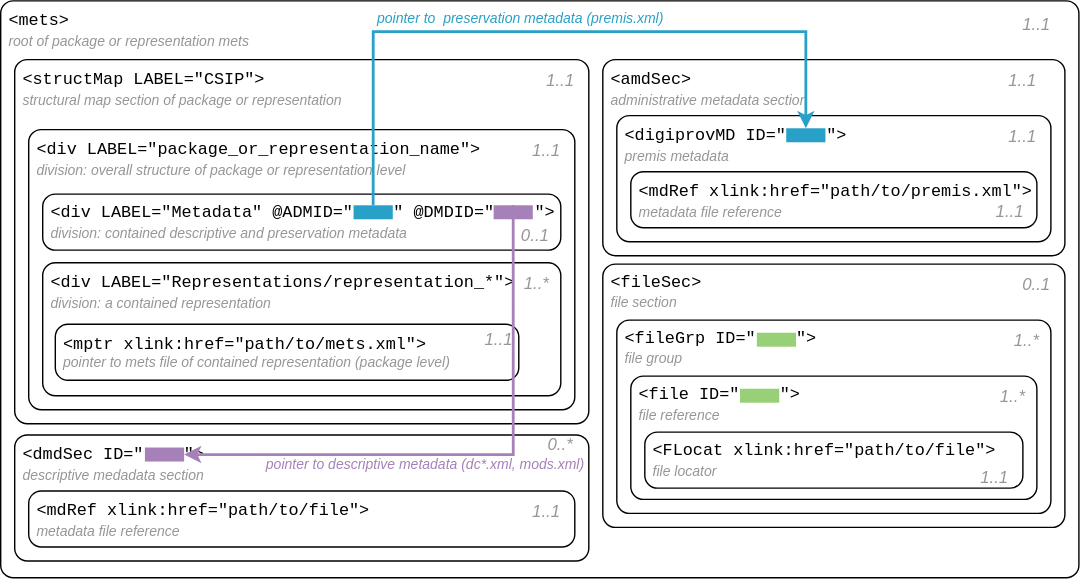
viaacode/documentation-jekyll keeps this draw.io diagram as assets/images_spec/sip-package-pointers.svg. Above is the earlier version. Source tidied: cells renumbered, new cells last; positions are measured from the earlier drawing's top-left corner, leaving out a move shared by most shapes.
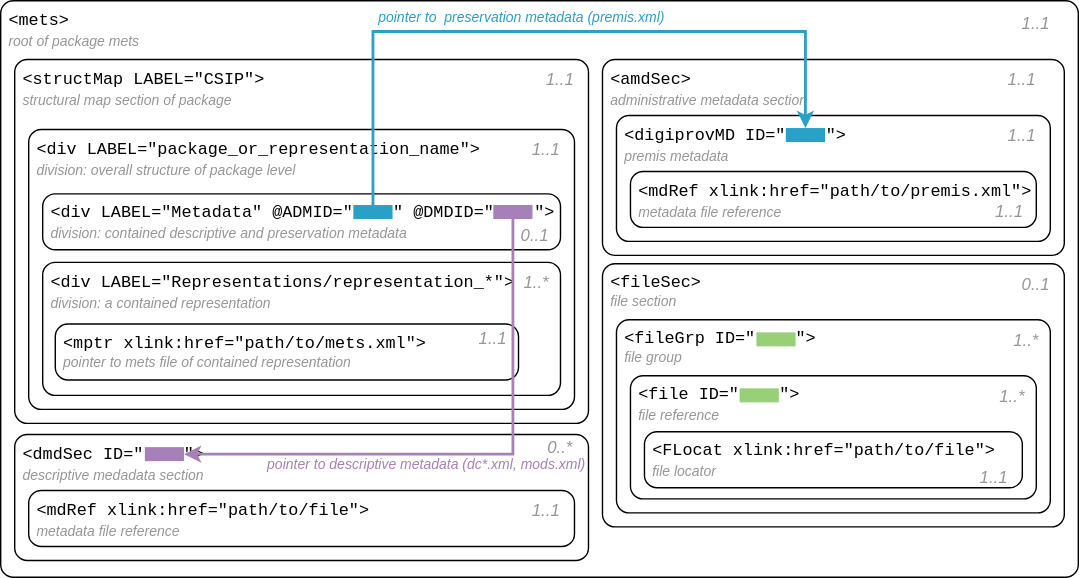
The same diagram one commit later.

Commit message:
Additional explanation wrt representation level

What changed in the source:
```diff
@@ -2,7 +2,7 @@
   <root>
     <mxCell id="0" />
     <mxCell id="1" parent="0" />
-    <mxCell id="2" value="&lt;div&gt;&lt;font face=&quot;Courier New&quot;&gt;&amp;lt;mets&amp;gt;&lt;/font&gt;&lt;/div&gt;&lt;div&gt;&lt;font size=&quot;1&quot; color=&quot;#969696&quot;&gt;&lt;i style=&quot;&quot;&gt;root of package or representation mets&lt;br&gt;&lt;/i&gt;&lt;/font&gt;&lt;/div&gt;" style="rounded=1;whiteSpace=wrap;html=1;verticalAlign=top;align=left;spacingLeft=4;arcSize=18;absoluteArcSize=1;" parent="1" vertex="1">
+    <mxCell id="2" value="&lt;div&gt;&lt;font face=&quot;Courier New&quot;&gt;&amp;lt;mets&amp;gt;&lt;/font&gt;&lt;/div&gt;&lt;div&gt;&lt;font size=&quot;1&quot; color=&quot;#969696&quot;&gt;&lt;i style=&quot;&quot;&gt;root of package mets&lt;br&gt;&lt;/i&gt;&lt;/font&gt;&lt;/div&gt;" style="rounded=1;whiteSpace=wrap;html=1;verticalAlign=top;align=left;spacingLeft=4;arcSize=18;absoluteArcSize=1;" parent="1" vertex="1">
       <mxGeometry width="770" height="412" as="geometry" />
     </mxCell>
     <mxCell id="3" value="&lt;font face=&quot;Courier New&quot;&gt;&amp;lt;amdSec&amp;gt;&lt;/font&gt;&lt;br&gt;&lt;i&gt;&lt;font style=&quot;font-size: 10px;&quot; color=&quot;#969696&quot;&gt;administrative metadata section&lt;/font&gt;&lt;/i&gt;" style="rounded=1;whiteSpace=wrap;html=1;verticalAlign=top;align=left;spacingLeft=4;arcSize=18;absoluteArcSize=1;" parent="1" vertex="1">
@@ -11,7 +11,7 @@
     <mxCell id="4" value="&lt;font face=&quot;Courier New&quot;&gt;&amp;lt;digiprovMD ID=&quot;&amp;nbsp;&amp;nbsp;&amp;nbsp; &quot;&amp;gt;&lt;/font&gt;&lt;br&gt;&lt;font size=&quot;1&quot; color=&quot;#969696&quot;&gt;&lt;i style=&quot;&quot;&gt;premis metadata&lt;/i&gt;&lt;/font&gt;" style="rounded=1;whiteSpace=wrap;html=1;verticalAlign=top;align=left;spacingLeft=4;arcSize=18;absoluteArcSize=1;" parent="1" vertex="1">
       <mxGeometry x="440" y="82" width="310" height="90" as="geometry" />
     </mxCell>
-    <mxCell id="5" value="&lt;div&gt;&lt;font face=&quot;Courier New&quot;&gt;&amp;lt;structMap LABEL=&quot;CSIP&quot;&amp;gt;&lt;/font&gt;&lt;/div&gt;&lt;font size=&quot;1&quot; color=&quot;#969696&quot;&gt;&lt;i style=&quot;&quot;&gt;structural map section of package or representation&lt;/i&gt;&lt;/font&gt;" style="rounded=1;whiteSpace=wrap;html=1;verticalAlign=top;align=left;spacingLeft=4;arcSize=18;absoluteArcSize=1;" parent="1" vertex="1">
+    <mxCell id="5" value="&lt;div&gt;&lt;font face=&quot;Courier New&quot;&gt;&amp;lt;structMap LABEL=&quot;CSIP&quot;&amp;gt;&lt;/font&gt;&lt;/div&gt;&lt;font size=&quot;1&quot; color=&quot;#969696&quot;&gt;&lt;i style=&quot;&quot;&gt;structural map section of package&lt;br&gt;&lt;/i&gt;&lt;/font&gt;" style="rounded=1;whiteSpace=wrap;html=1;verticalAlign=top;align=left;spacingLeft=4;arcSize=18;absoluteArcSize=1;" parent="1" vertex="1">
       <mxGeometry x="10" y="42" width="410" height="260" as="geometry" />
     </mxCell>
     <mxCell id="6" value="&lt;div&gt;&lt;font face=&quot;Courier New&quot;&gt;&amp;lt;dmdSec ID=&quot;&amp;nbsp;&amp;nbsp;&amp;nbsp; &quot;&amp;gt;&lt;/font&gt;&lt;/div&gt;&lt;div&gt;&lt;font size=&quot;1&quot; color=&quot;#969696&quot;&gt;&lt;i style=&quot;&quot;&gt;descriptive medadata section&lt;/i&gt;&lt;/font&gt;&lt;br&gt;&lt;/div&gt;" style="rounded=1;whiteSpace=wrap;html=1;verticalAlign=top;align=left;spacingLeft=4;arcSize=18;absoluteArcSize=1;" parent="1" vertex="1">
@@ -32,7 +32,7 @@
     <mxCell id="11" value="&lt;div&gt;&lt;font face=&quot;Courier New&quot;&gt;&amp;lt;mdRef &lt;/font&gt;&lt;font face=&quot;Courier New&quot;&gt;xlink:href=&quot;path/to/premis.xml&quot;&lt;/font&gt;&lt;font face=&quot;Courier New&quot;&gt;&amp;gt;&lt;/font&gt;&lt;/div&gt;&lt;div&gt;&lt;font size=&quot;1&quot; color=&quot;#969696&quot;&gt;&lt;i style=&quot;&quot;&gt;metadata file reference&lt;/i&gt;&lt;/font&gt;&lt;/div&gt;" style="rounded=1;whiteSpace=wrap;html=1;verticalAlign=top;align=left;spacingLeft=4;arcSize=18;absoluteArcSize=1;" parent="1" vertex="1">
       <mxGeometry x="450" y="122" width="290" height="40" as="geometry" />
     </mxCell>
-    <mxCell id="12" value="&lt;div&gt;&lt;font face=&quot;Courier New&quot;&gt;&amp;lt;div LABEL=&quot;package_or_representation_name&quot;&amp;gt;&lt;/font&gt;&lt;/div&gt;&lt;div&gt;&lt;font size=&quot;1&quot; color=&quot;#969696&quot;&gt;&lt;i style=&quot;&quot;&gt;division: overall structure of package or representation level&lt;/i&gt;&lt;/font&gt;&lt;br&gt;&lt;/div&gt;" style="rounded=1;whiteSpace=wrap;html=1;verticalAlign=top;align=left;spacingLeft=4;arcSize=18;absoluteArcSize=1;" parent="1" vertex="1">
+    <mxCell id="12" value="&lt;div&gt;&lt;font face=&quot;Courier New&quot;&gt;&amp;lt;div LABEL=&quot;package_or_representation_name&quot;&amp;gt;&lt;/font&gt;&lt;/div&gt;&lt;div&gt;&lt;font size=&quot;1&quot; color=&quot;#969696&quot;&gt;&lt;i style=&quot;&quot;&gt;division: overall structure of package level&lt;/i&gt;&lt;/font&gt;&lt;br&gt;&lt;/div&gt;" style="rounded=1;whiteSpace=wrap;html=1;verticalAlign=top;align=left;spacingLeft=4;arcSize=18;absoluteArcSize=1;" parent="1" vertex="1">
       <mxGeometry x="20" y="92" width="390" height="200" as="geometry" />
     </mxCell>
     <mxCell id="13" value="&lt;div&gt;&lt;font face=&quot;Courier New&quot;&gt;&amp;lt;div &lt;span class=&quot;pl-e&quot;&gt;LABEL&lt;/span&gt;=&lt;span class=&quot;pl-s&quot;&gt;&lt;span class=&quot;pl-pds&quot;&gt;&quot;&lt;/span&gt;Metadata&lt;span class=&quot;pl-pds&quot;&gt;&quot; @ADMID=&quot;&amp;nbsp;&amp;nbsp;&amp;nbsp; &quot; @DMDID=&quot;&amp;nbsp;&amp;nbsp;&amp;nbsp; &quot;&lt;/span&gt;&lt;/span&gt;&amp;gt;&lt;/font&gt;&lt;/div&gt;&lt;div&gt;&lt;font size=&quot;1&quot; color=&quot;#969696&quot;&gt;&lt;i style=&quot;&quot;&gt;division: contained descriptive and preservation metadata&lt;/i&gt;&lt;/font&gt;&lt;br&gt;&lt;/div&gt;" style="rounded=1;whiteSpace=wrap;html=1;align=left;spacingLeft=4;arcSize=18;absoluteArcSize=1;" parent="1" vertex="1">
@@ -55,7 +55,7 @@
     <mxCell id="17" style="rounded=0;whiteSpace=wrap;html=1;fontSize=10;fontColor=#969696;strokeColor=none;fillColor=#28A0C8;" parent="1" vertex="1">
       <mxGeometry x="252" y="146" width="28" height="10" as="geometry" />
     </mxCell>
-    <mxCell id="18" value="&lt;div&gt;&lt;font face=&quot;Courier New&quot;&gt;&amp;lt;mptr xlink:href=&quot;path/to/mets.xml&quot;&amp;gt;&lt;/font&gt;&lt;/div&gt;&lt;div style=&quot;font-size: 10px;&quot;&gt;&lt;font style=&quot;font-size: 10px;&quot; color=&quot;#969696&quot;&gt;&lt;i&gt;&lt;font style=&quot;font-size: 10px;&quot;&gt;pointer to mets file&lt;/font&gt;&lt;/i&gt;&lt;/font&gt;&lt;i&gt;&lt;font style=&quot;font-size: 10px;&quot; color=&quot;#969696&quot;&gt; of contained &lt;font style=&quot;font-size: 10px;&quot;&gt;&lt;font style=&quot;font-size: 10px;&quot;&gt;representation (&lt;/font&gt;&lt;/font&gt;&lt;/font&gt;&lt;/i&gt;&lt;font style=&quot;font-size: 10px;&quot; color=&quot;#969696&quot;&gt;&lt;i&gt;&lt;font style=&quot;font-size: 10px;&quot;&gt;package level&lt;/font&gt;&lt;/i&gt;&lt;/font&gt;&lt;i&gt;&lt;font style=&quot;font-size: 10px;&quot; color=&quot;#969696&quot;&gt;&lt;font style=&quot;font-size: 10px;&quot;&gt;&lt;font style=&quot;font-size: 10px;&quot;&gt;)&lt;br&gt;&lt;/font&gt;&lt;/font&gt;&lt;/font&gt;&lt;/i&gt;&lt;/div&gt;" style="rounded=1;whiteSpace=wrap;html=1;verticalAlign=top;align=left;spacingLeft=4;arcSize=18;absoluteArcSize=1;" parent="1" vertex="1">
+    <mxCell id="18" value="&lt;div&gt;&lt;font face=&quot;Courier New&quot;&gt;&amp;lt;mptr xlink:href=&quot;path/to/mets.xml&quot;&amp;gt;&lt;/font&gt;&lt;/div&gt;&lt;div style=&quot;font-size: 10px;&quot;&gt;&lt;font style=&quot;font-size: 10px;&quot; color=&quot;#969696&quot;&gt;&lt;i&gt;&lt;font style=&quot;font-size: 10px;&quot;&gt;pointer to mets file&lt;/font&gt;&lt;/i&gt;&lt;/font&gt;&lt;i&gt;&lt;font style=&quot;font-size: 10px;&quot; color=&quot;#969696&quot;&gt; of contained &lt;font style=&quot;font-size: 10px;&quot;&gt;&lt;font style=&quot;font-size: 10px;&quot;&gt;representation&lt;/font&gt;&lt;/font&gt;&lt;/font&gt;&lt;/i&gt;&lt;i&gt;&lt;font style=&quot;font-size: 10px;&quot; color=&quot;#969696&quot;&gt;&lt;font style=&quot;font-size: 10px;&quot;&gt;&lt;font style=&quot;font-size: 10px;&quot;&gt;&lt;br&gt;&lt;/font&gt;&lt;/font&gt;&lt;/font&gt;&lt;/i&gt;&lt;/div&gt;" style="rounded=1;whiteSpace=wrap;html=1;verticalAlign=top;align=left;spacingLeft=4;arcSize=18;absoluteArcSize=1;" parent="1" vertex="1">
       <mxGeometry x="39" y="231" width="331" height="40" as="geometry" />
     </mxCell>
     <mxCell id="19" style="edgeStyle=orthogonalEdgeStyle;rounded=0;jettySize=auto;html=1;exitX=0.5;exitY=0;exitDx=0;exitDy=0;entryX=1;entryY=0.5;entryDx=0;entryDy=0;fontFamily=Helvetica;fontSize=10;fontColor=#969696;strokeWidth=2;strokeColor=#A680B8;" parent="1" edge="1" source="21" target="23">
@@ -89,7 +89,7 @@
       <mxGeometry x="370" y="42" width="60" height="30" as="geometry" />
     </mxCell>
     <mxCell id="27" value="0..*" style="text;html=1;strokeColor=none;fillColor=none;align=center;verticalAlign=middle;whiteSpace=wrap;rounded=0;fontFamily=Helvetica;fontSize=12;fontColor=#969696;fontStyle=2;" parent="1" vertex="1">
-      <mxGeometry x="370" y="302" width="60" height="30" as="geometry" />
+      <mxGeometry x="370" y="305" width="60" height="30" as="geometry" />
     </mxCell>
     <mxCell id="28" value="1..1" style="text;html=1;strokeColor=none;fillColor=none;align=center;verticalAlign=middle;whiteSpace=wrap;rounded=0;fontFamily=Helvetica;fontSize=12;fontColor=#969696;fontStyle=2;" parent="1" vertex="1">
       <mxGeometry x="360" y="92" width="60" height="30" as="geometry" />
@@ -101,7 +101,7 @@
       <mxGeometry x="353" y="187" width="60" height="30" as="geometry" />
     </mxCell>
     <mxCell id="31" value="1..1" style="text;html=1;strokeColor=none;fillColor=none;align=center;verticalAlign=middle;whiteSpace=wrap;rounded=0;fontFamily=Helvetica;fontSize=12;fontColor=#969696;fontStyle=2;" parent="1" vertex="1">
-      <mxGeometry x="326" y="227" width="60" height="30" as="geometry" />
+      <mxGeometry x="322" y="227" width="60" height="30" as="geometry" />
     </mxCell>
     <mxCell id="32" value="1..1" style="text;html=1;strokeColor=none;fillColor=none;align=center;verticalAlign=middle;whiteSpace=wrap;rounded=0;fontFamily=Helvetica;fontSize=12;fontColor=#969696;fontStyle=2;" parent="1" vertex="1">
       <mxGeometry x="360" y="350" width="60" height="30" as="geometry" />
```
